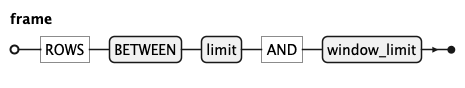
This is docs/kql/frame.png from koryki-java/core, a PlantUML export, as it was before one commit.
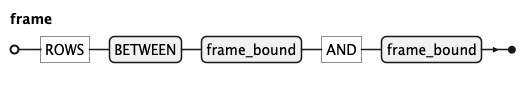
After the change.

Change to the diagram source:
```diff
@@ -6,7 +6,7 @@
 'title frame
 
 frame =
- "ROWS",BETWEEN, limit, "AND", window_limit
+ "ROWS",BETWEEN, frame_bound, "AND", frame_bound
 ;
 
 @endebnf
```
